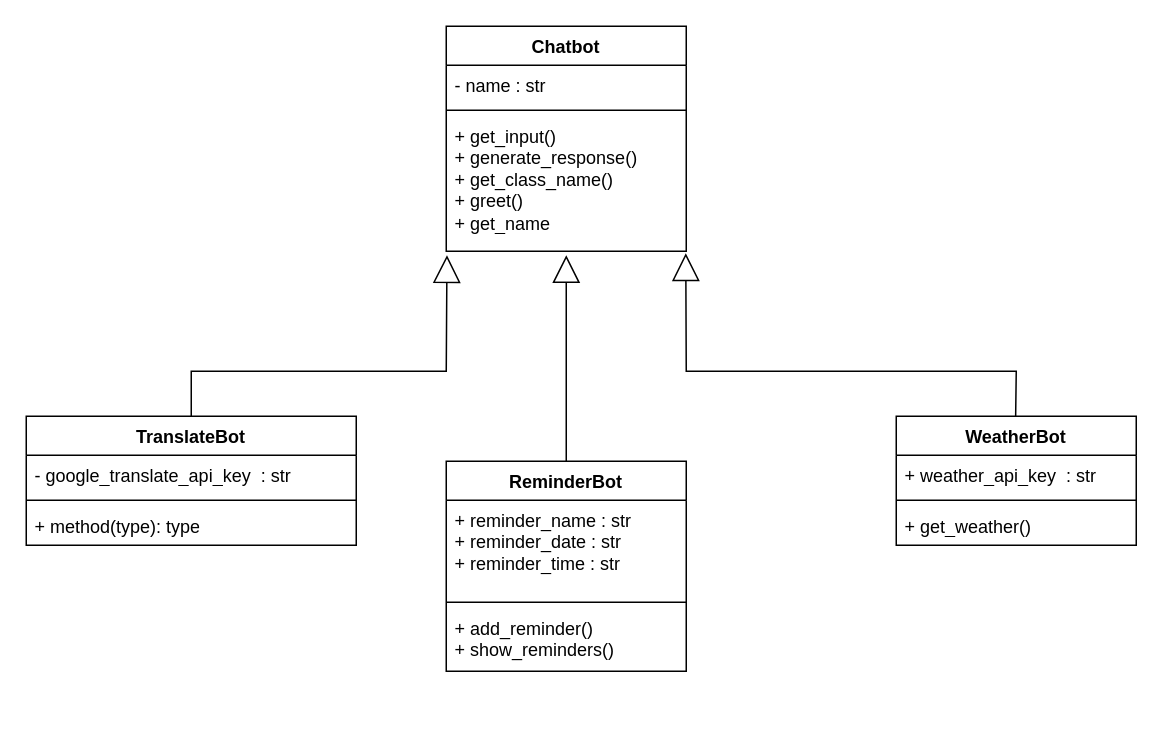
Above: umldiagram.drawio in barisparlakk/omniabotv2 (draw.io), before the change. Source tidied: cells renumbered, new cells numbered last; positions are measured from the earlier drawing's top-left corner, leaving out a move shared by most shapes. Both pictures are drawn from the tidied source at 150%, with x=0, y=0 at pixel (26, 26).
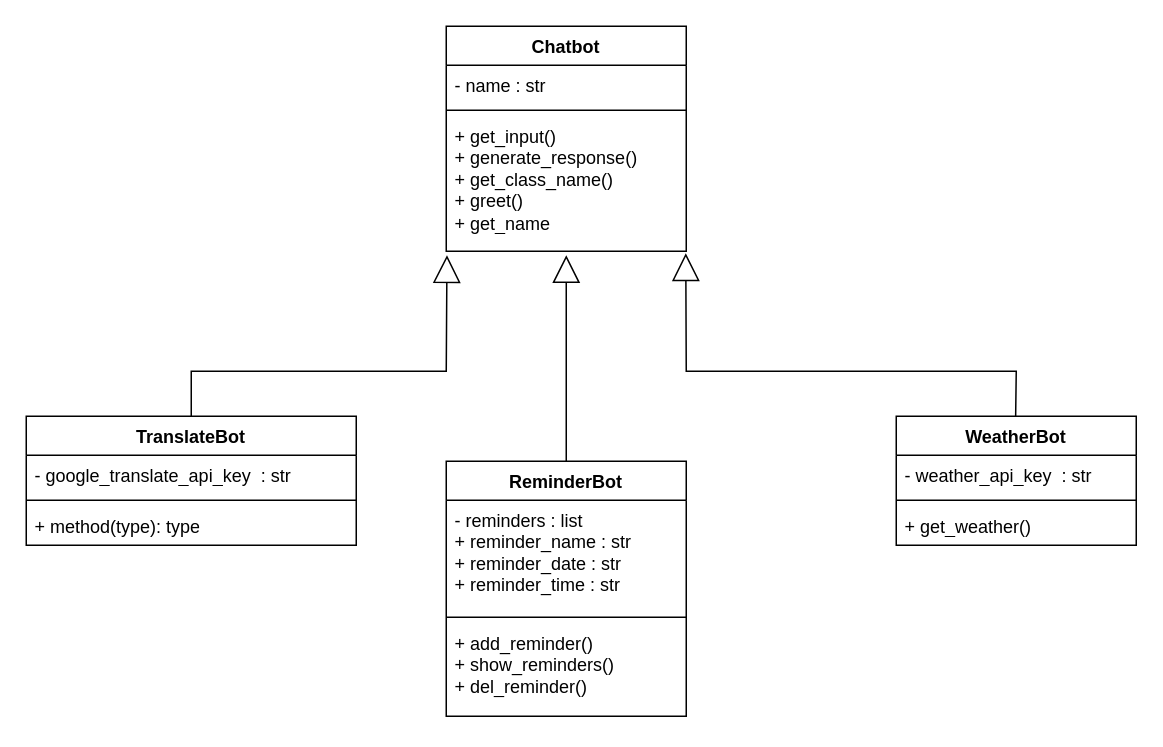
After the change.

Commit message (it also covers changes not shown here):
changed some variable types

The change refers to these unchanged cells:
```xml
<mxCell id="6" value="WeatherBot" style="swimlane;fontStyle=1;align=center;verticalAlign=top;horizontal=1;startSize=26;whiteSpace=wrap;html=1;" parent="1" vertex="1">
  <mxGeometry x="580" y="260" width="160" height="86" as="geometry" />
</mxCell>
```

Change to the diagram source:
```diff
@@
-    <mxCell id="7" value="+ weather_api_key&amp;nbsp; : str" style="text;strokeColor=none;fillColor=none;align=left;verticalAlign=top;spacingLeft=4;spacingRight=4;overflow=hidden;whiteSpace=wrap;html=1;" parent="6" vertex="1">
+    <mxCell id="7" value="- weather_api_key&amp;nbsp; : str" style="text;strokeColor=none;fillColor=none;align=left;verticalAlign=top;spacingLeft=4;spacingRight=4;overflow=hidden;whiteSpace=wrap;html=1;" parent="6" vertex="1">
       <mxGeometry y="26" width="160" height="26" as="geometry" />
     </mxCell>
@@
     <mxCell id="10" value="ReminderBot" style="swimlane;fontStyle=1;align=center;verticalAlign=top;horizontal=1;startSize=26;whiteSpace=wrap;html=1;" parent="1" vertex="1">
-      <mxGeometry x="280" y="290" width="160" height="140" as="geometry" />
+      <mxGeometry x="280" y="290" width="160" height="170" as="geometry" />
     </mxCell>
-    <mxCell id="11" value="+ reminder_name : str&lt;br&gt;+ reminder_date : str&lt;br&gt;+ reminder_time : str" style="text;strokeColor=none;fillColor=none;align=left;verticalAlign=top;spacingLeft=4;spacingRight=4;overflow=hidden;whiteSpace=wrap;html=1;" parent="10" vertex="1">
-      <mxGeometry y="26" width="160" height="64" as="geometry" />
+    <mxCell id="11" value="- reminders : list&lt;br&gt;+ reminder_name : str&lt;br&gt;+ reminder_date : str&lt;br&gt;+ reminder_time : str" style="text;strokeColor=none;fillColor=none;align=left;verticalAlign=top;spacingLeft=4;spacingRight=4;overflow=hidden;whiteSpace=wrap;html=1;" parent="10" vertex="1">
+      <mxGeometry y="26" width="160" height="74" as="geometry" />
     </mxCell>
     <mxCell id="12" style="line;strokeWidth=1;fillColor=none;align=left;verticalAlign=middle;spacingTop=-1;spacingLeft=3;spacingRight=3;labelPosition=right;strokeColor=inherit;" parent="10" vertex="1">
-      <mxGeometry y="90" width="160" height="8" as="geometry" />
+      <mxGeometry y="100" width="160" height="8" as="geometry" />
     </mxCell>
-    <mxCell id="13" value="&lt;div&gt;+ add_reminder()&lt;/div&gt;&lt;div&gt;+ show_reminders()&lt;br&gt;&lt;/div&gt;" style="text;strokeColor=none;fillColor=none;align=left;verticalAlign=top;spacingLeft=4;spacingRight=4;overflow=hidden;whiteSpace=wrap;html=1;" parent="10" vertex="1">
-      <mxGeometry y="98" width="160" height="42" as="geometry" />
+    <mxCell id="13" value="&lt;div&gt;+ add_reminder()&lt;/div&gt;&lt;div&gt;+ show_reminders()&lt;br&gt;&lt;/div&gt;&lt;div&gt;+ del_reminder()&lt;/div&gt;" style="text;strokeColor=none;fillColor=none;align=left;verticalAlign=top;spacingLeft=4;spacingRight=4;overflow=hidden;whiteSpace=wrap;html=1;" parent="10" vertex="1">
+      <mxGeometry y="108" width="160" height="62" as="geometry" />
     </mxCell>
```
